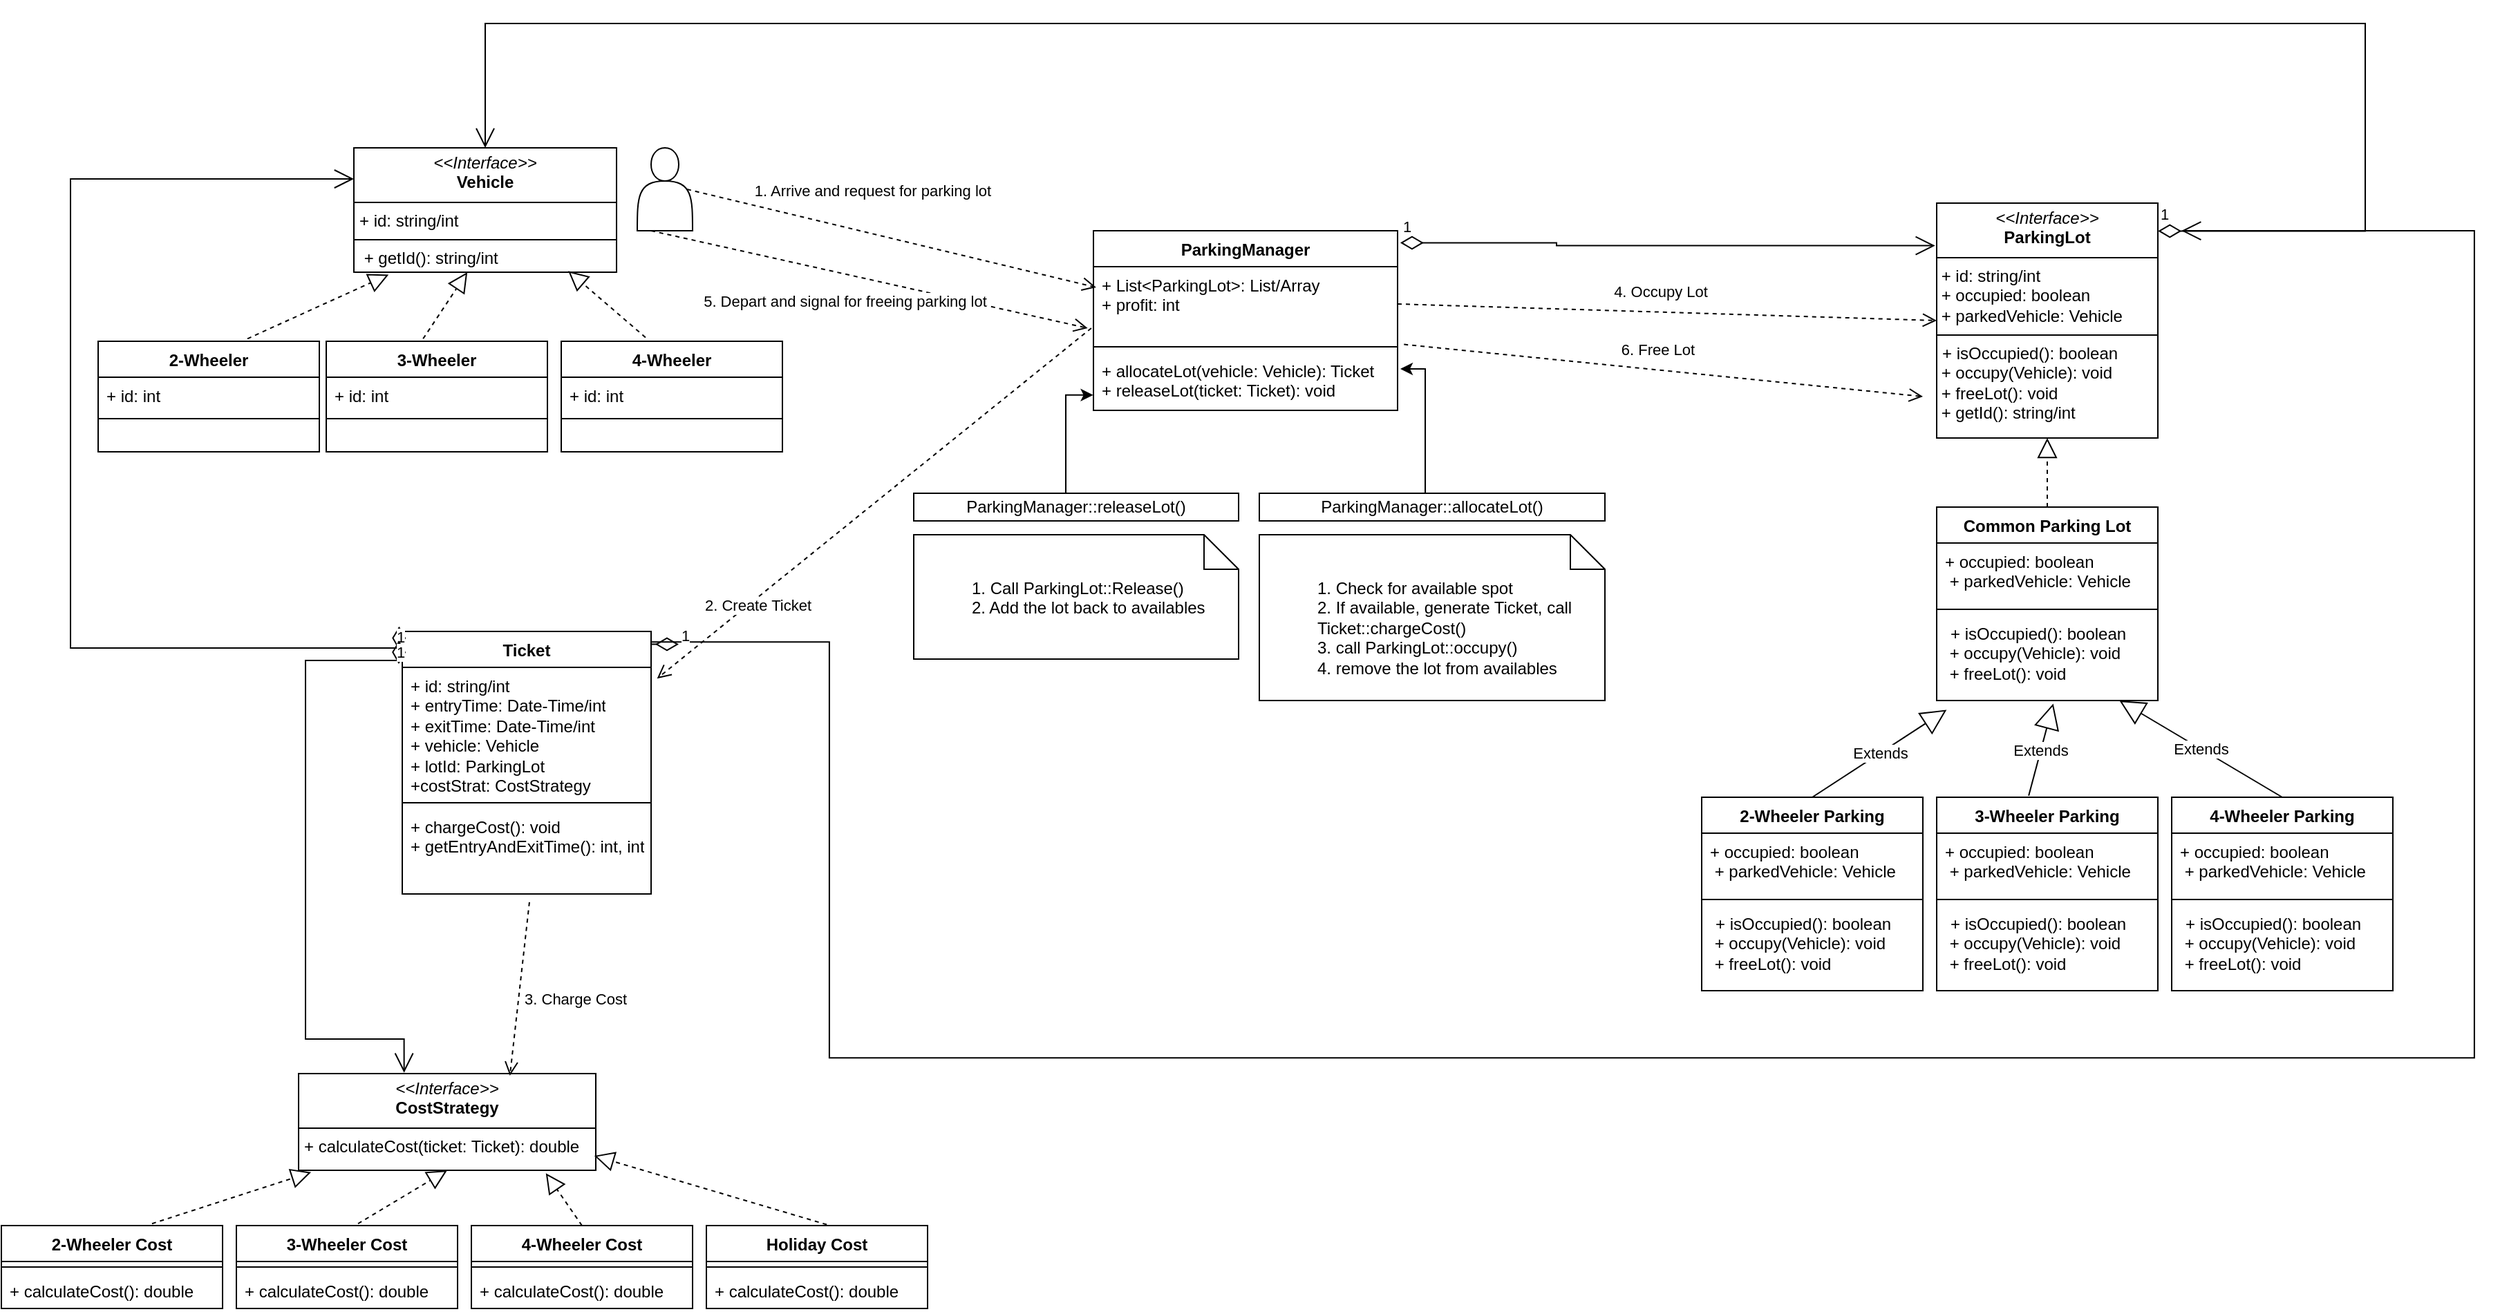
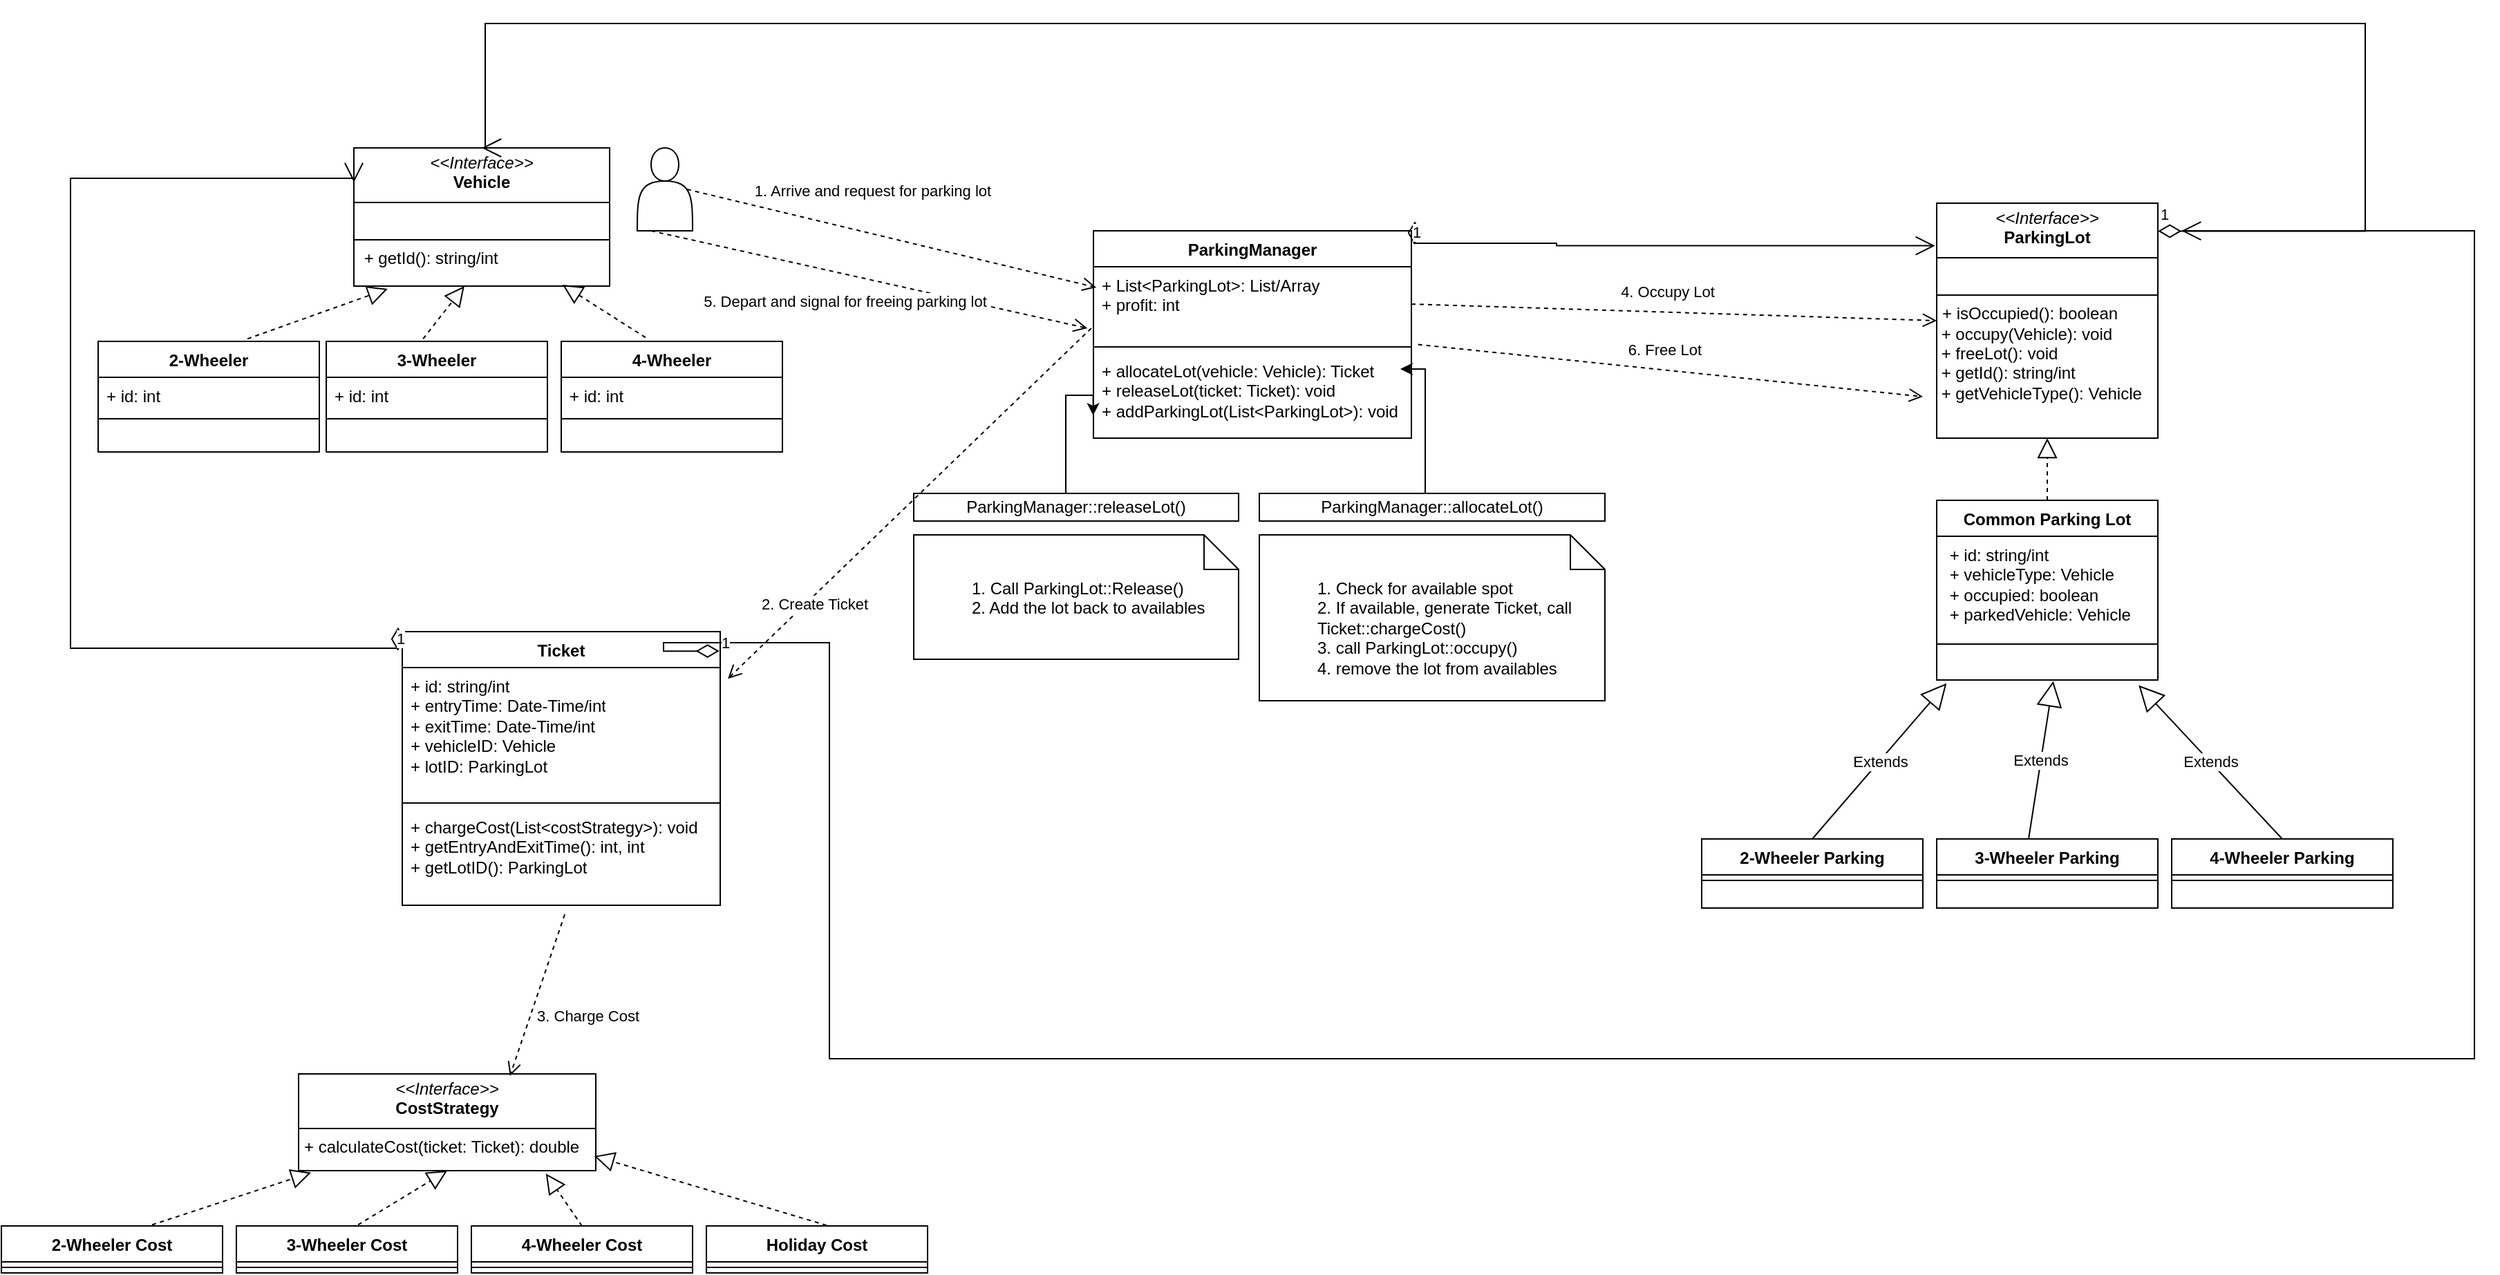
<mxfile host="app.diagrams.net">
  <diagram name="Page-1" id="g5L5pNVNpxwKnNxyoJB_">
-     <mxGraphModel dx="2516" dy="1391" grid="1" gridSize="10" guides="1" tooltips="1" connect="1" arrows="1" fold="1" page="0" pageScale="1" pageWidth="850" pageHeight="1100" math="0" shadow="0">
+     <mxGraphModel dx="2301" dy="1270" grid="1" gridSize="10" guides="1" tooltips="1" connect="1" arrows="1" fold="1" page="0" pageScale="1" pageWidth="850" pageHeight="1100" math="0" shadow="0">
      <root>
        <mxCell id="0" />
        <mxCell id="1" parent="0" />
        <mxCell id="kx-u6qb6rF9cHwR4gxW8-6" parent="1" style="verticalAlign=top;align=left;overflow=fill;html=1;whiteSpace=wrap;" value="&lt;p style=&quot;margin:0px;margin-top:4px;text-align:center;&quot;&gt;&lt;i&gt;&amp;lt;&amp;lt;Interface&amp;gt;&amp;gt;&lt;/i&gt;&lt;br&gt;&lt;b&gt;CostStrategy&lt;/b&gt;&lt;/p&gt;&lt;hr size=&quot;1&quot; style=&quot;border-style:solid;&quot;&gt;&lt;p style=&quot;margin:0px;margin-left:4px;&quot;&gt;+ calculateCost(ticket: Ticket): double&lt;/p&gt;" vertex="1">
          <mxGeometry height="70" width="215" x="-295" y="630" as="geometry" />
        </mxCell>
        <mxCell id="kx-u6qb6rF9cHwR4gxW8-7" parent="1" style="swimlane;fontStyle=1;align=center;verticalAlign=top;childLayout=stackLayout;horizontal=1;startSize=26;horizontalStack=0;resizeParent=1;resizeParentMax=0;resizeLast=0;collapsible=1;marginBottom=0;whiteSpace=wrap;html=1;" value="Ticket" vertex="1">
-           <mxGeometry height="190" width="180" x="-220" y="310" as="geometry" />
-         </mxCell>
-         <mxCell id="kx-u6qb6rF9cHwR4gxW8-8" parent="kx-u6qb6rF9cHwR4gxW8-7" style="text;strokeColor=none;fillColor=none;align=left;verticalAlign=top;spacingLeft=4;spacingRight=4;overflow=hidden;rotatable=0;points=[[0,0.5],[1,0.5]];portConstraint=eastwest;whiteSpace=wrap;html=1;" value="&lt;div&gt;+ id: string/int&lt;/div&gt;&lt;div&gt;+ entryTime: Date-Time/int&lt;/div&gt;&lt;div&gt;+ exitTime: Date-Time/int&lt;/div&gt;+ vehicle: Vehicle&lt;div&gt;+ lotId: ParkingLot&lt;br&gt;&lt;div&gt;+costStrat: CostStrategy&lt;/div&gt;&lt;/div&gt;" vertex="1">
-           <mxGeometry height="94" width="180" y="26" as="geometry" />
+           <mxGeometry height="198" width="230" x="-220" y="310" as="geometry" />
+         </mxCell>
+         <mxCell id="kx-u6qb6rF9cHwR4gxW8-8" parent="kx-u6qb6rF9cHwR4gxW8-7" style="text;strokeColor=none;fillColor=none;align=left;verticalAlign=top;spacingLeft=4;spacingRight=4;overflow=hidden;rotatable=0;points=[[0,0.5],[1,0.5]];portConstraint=eastwest;whiteSpace=wrap;html=1;" value="&lt;div&gt;+ id: string/int&lt;/div&gt;&lt;div&gt;+ entryTime: Date-Time/int&lt;/div&gt;&lt;div&gt;+ exitTime: Date-Time/int&lt;/div&gt;+ vehicleID: Vehicle&lt;div&gt;+ lotID: ParkingLot&lt;/div&gt;" vertex="1">
+           <mxGeometry height="94" width="230" y="26" as="geometry" />
        </mxCell>
        <mxCell id="kx-u6qb6rF9cHwR4gxW8-9" parent="kx-u6qb6rF9cHwR4gxW8-7" style="line;strokeWidth=1;fillColor=none;align=left;verticalAlign=middle;spacingTop=-1;spacingLeft=3;spacingRight=3;rotatable=0;labelPosition=right;points=[];portConstraint=eastwest;strokeColor=inherit;" value="" vertex="1">
-           <mxGeometry height="8" width="180" y="120" as="geometry" />
-         </mxCell>
-         <mxCell id="kx-u6qb6rF9cHwR4gxW8-10" parent="kx-u6qb6rF9cHwR4gxW8-7" style="text;strokeColor=none;fillColor=none;align=left;verticalAlign=top;spacingLeft=4;spacingRight=4;overflow=hidden;rotatable=0;points=[[0,0.5],[1,0.5]];portConstraint=eastwest;whiteSpace=wrap;html=1;" value="+ chargeCost(): void&lt;div&gt;+ getEntryAndExitTime(): int, int&lt;/div&gt;" vertex="1">
-           <mxGeometry height="62" width="180" y="128" as="geometry" />
+           <mxGeometry height="8" width="230" y="120" as="geometry" />
+         </mxCell>
+         <mxCell id="kx-u6qb6rF9cHwR4gxW8-10" parent="kx-u6qb6rF9cHwR4gxW8-7" style="text;strokeColor=none;fillColor=none;align=left;verticalAlign=top;spacingLeft=4;spacingRight=4;overflow=hidden;rotatable=0;points=[[0,0.5],[1,0.5]];portConstraint=eastwest;whiteSpace=wrap;html=1;" value="+ chargeCost(List&amp;lt;costStrategy&amp;gt;): void&lt;div&gt;+ getEntryAndExitTime(): int, int&lt;/div&gt;&lt;div&gt;+ getLotID(): ParkingLot&lt;/div&gt;" vertex="1">
+           <mxGeometry height="70" width="230" y="128" as="geometry" />
        </mxCell>
        <mxCell id="kx-u6qb6rF9cHwR4gxW8-11" parent="1" style="swimlane;fontStyle=1;align=center;verticalAlign=top;childLayout=stackLayout;horizontal=1;startSize=26;horizontalStack=0;resizeParent=1;resizeParentMax=0;resizeLast=0;collapsible=1;marginBottom=0;whiteSpace=wrap;html=1;" value="ParkingManager" vertex="1">
-           <mxGeometry height="130" width="220" x="280" y="20" as="geometry" />
+           <mxGeometry height="150" width="230" x="280" y="20" as="geometry" />
        </mxCell>
        <mxCell id="kx-u6qb6rF9cHwR4gxW8-12" parent="kx-u6qb6rF9cHwR4gxW8-11" style="text;strokeColor=none;fillColor=none;align=left;verticalAlign=top;spacingLeft=4;spacingRight=4;overflow=hidden;rotatable=0;points=[[0,0.5],[1,0.5]];portConstraint=eastwest;whiteSpace=wrap;html=1;" value="+ List&amp;lt;ParkingLot&amp;gt;: List/Array&lt;div&gt;+ profit: int&lt;/div&gt;" vertex="1">
-           <mxGeometry height="54" width="220" y="26" as="geometry" />
+           <mxGeometry height="54" width="230" y="26" as="geometry" />
        </mxCell>
        <mxCell id="kx-u6qb6rF9cHwR4gxW8-13" parent="kx-u6qb6rF9cHwR4gxW8-11" style="line;strokeWidth=1;fillColor=none;align=left;verticalAlign=middle;spacingTop=-1;spacingLeft=3;spacingRight=3;rotatable=0;labelPosition=right;points=[];portConstraint=eastwest;strokeColor=inherit;" value="" vertex="1">
-           <mxGeometry height="8" width="220" y="80" as="geometry" />
-         </mxCell>
-         <mxCell id="kx-u6qb6rF9cHwR4gxW8-14" parent="kx-u6qb6rF9cHwR4gxW8-11" style="text;strokeColor=none;fillColor=none;align=left;verticalAlign=top;spacingLeft=4;spacingRight=4;overflow=hidden;rotatable=0;points=[[0,0.5],[1,0.5]];portConstraint=eastwest;whiteSpace=wrap;html=1;" value="+ allocateLot(vehicle: Vehicle): Ticket&lt;div&gt;+ releaseLot(ticket: Ticket): void&lt;/div&gt;" vertex="1">
-           <mxGeometry height="42" width="220" y="88" as="geometry" />
-         </mxCell>
-         <mxCell id="kx-u6qb6rF9cHwR4gxW8-15" parent="1" style="verticalAlign=top;align=left;overflow=fill;html=1;whiteSpace=wrap;" value="&lt;p style=&quot;margin:0px;margin-top:4px;text-align:center;&quot;&gt;&lt;i&gt;&amp;lt;&amp;lt;Interface&amp;gt;&amp;gt;&lt;/i&gt;&lt;br&gt;&lt;b&gt;Vehicle&lt;/b&gt;&lt;/p&gt;&lt;hr size=&quot;1&quot; style=&quot;border-style:solid;&quot;&gt;&lt;p style=&quot;margin:0px;margin-left:4px;&quot;&gt;+ id: string/int&lt;/p&gt;&lt;hr size=&quot;1&quot; style=&quot;border-style:solid;&quot;&gt;&lt;p style=&quot;margin:0px;margin-left:4px;&quot;&gt;&amp;nbsp;+ getId(): string/int&lt;/p&gt;" vertex="1">
-           <mxGeometry height="90" width="190" x="-255" y="-40" as="geometry" />
+           <mxGeometry height="8" width="230" y="80" as="geometry" />
+         </mxCell>
+         <mxCell id="kx-u6qb6rF9cHwR4gxW8-14" parent="kx-u6qb6rF9cHwR4gxW8-11" style="text;strokeColor=none;fillColor=none;align=left;verticalAlign=top;spacingLeft=4;spacingRight=4;overflow=hidden;rotatable=0;points=[[0,0.5],[1,0.5]];portConstraint=eastwest;whiteSpace=wrap;html=1;" value="+ allocateLot(vehicle: Vehicle): Ticket&lt;div&gt;+ releaseLot(ticket: Ticket): void&lt;/div&gt;&lt;div&gt;+ addParkingLot(List&amp;lt;ParkingLot&amp;gt;): void&lt;/div&gt;" vertex="1">
+           <mxGeometry height="62" width="230" y="88" as="geometry" />
+         </mxCell>
+         <mxCell id="kx-u6qb6rF9cHwR4gxW8-15" parent="1" style="verticalAlign=top;align=left;overflow=fill;html=1;whiteSpace=wrap;" value="&lt;p style=&quot;margin:0px;margin-top:4px;text-align:center;&quot;&gt;&lt;i&gt;&amp;lt;&amp;lt;Interface&amp;gt;&amp;gt;&lt;/i&gt;&lt;br&gt;&lt;b&gt;Vehicle&lt;/b&gt;&lt;/p&gt;&lt;hr size=&quot;1&quot; style=&quot;border-style:solid;&quot;&gt;&lt;p style=&quot;margin:0px;margin-left:4px;&quot;&gt;&lt;br&gt;&lt;/p&gt;&lt;hr size=&quot;1&quot; style=&quot;border-style:solid;&quot;&gt;&lt;p style=&quot;margin:0px;margin-left:4px;&quot;&gt;&amp;nbsp;+ getId(): string/int&lt;/p&gt;" vertex="1">
+           <mxGeometry height="100" width="185" x="-255" y="-40" as="geometry" />
        </mxCell>
        <mxCell id="kx-u6qb6rF9cHwR4gxW8-16" parent="1" style="swimlane;fontStyle=1;align=center;verticalAlign=top;childLayout=stackLayout;horizontal=1;startSize=26;horizontalStack=0;resizeParent=1;resizeParentMax=0;resizeLast=0;collapsible=1;marginBottom=0;whiteSpace=wrap;html=1;" value="2-Wheeler" vertex="1">
          <mxGeometry height="80" width="160" x="-440" y="100" as="geometry" />
        </mxCell>
        <mxCell id="kx-u6qb6rF9cHwR4gxW8-17" parent="kx-u6qb6rF9cHwR4gxW8-16" style="text;strokeColor=none;fillColor=none;align=left;verticalAlign=top;spacingLeft=4;spacingRight=4;overflow=hidden;rotatable=0;points=[[0,0.5],[1,0.5]];portConstraint=eastwest;whiteSpace=wrap;html=1;" value="+ id: int" vertex="1">
          <mxGeometry height="26" width="160" y="26" as="geometry" />
        </mxCell>
        <mxCell id="kx-u6qb6rF9cHwR4gxW8-18" parent="kx-u6qb6rF9cHwR4gxW8-16" style="line;strokeWidth=1;fillColor=none;align=left;verticalAlign=middle;spacingTop=-1;spacingLeft=3;spacingRight=3;rotatable=0;labelPosition=right;points=[];portConstraint=eastwest;strokeColor=inherit;" value="" vertex="1">
          <mxGeometry height="8" width="160" y="52" as="geometry" />
        </mxCell>
        <mxCell id="kx-u6qb6rF9cHwR4gxW8-19" parent="kx-u6qb6rF9cHwR4gxW8-16" style="text;strokeColor=none;fillColor=none;align=left;verticalAlign=top;spacingLeft=4;spacingRight=4;overflow=hidden;rotatable=0;points=[[0,0.5],[1,0.5]];portConstraint=eastwest;whiteSpace=wrap;html=1;" value="&lt;p style=&quot;margin: 0px 0px 0px 4px;&quot;&gt;&lt;br&gt;&lt;/p&gt;" vertex="1">
          <mxGeometry height="20" width="160" y="60" as="geometry" />
        </mxCell>
        <mxCell id="kx-u6qb6rF9cHwR4gxW8-20" parent="1" style="swimlane;fontStyle=1;align=center;verticalAlign=top;childLayout=stackLayout;horizontal=1;startSize=26;horizontalStack=0;resizeParent=1;resizeParentMax=0;resizeLast=0;collapsible=1;marginBottom=0;whiteSpace=wrap;html=1;" value="3-Wheeler" vertex="1">
          <mxGeometry height="80" width="160" x="-275" y="100" as="geometry" />
        </mxCell>
        <mxCell id="kx-u6qb6rF9cHwR4gxW8-21" parent="kx-u6qb6rF9cHwR4gxW8-20" style="text;strokeColor=none;fillColor=none;align=left;verticalAlign=top;spacingLeft=4;spacingRight=4;overflow=hidden;rotatable=0;points=[[0,0.5],[1,0.5]];portConstraint=eastwest;whiteSpace=wrap;html=1;" value="+ id: int" vertex="1">
          <mxGeometry height="26" width="160" y="26" as="geometry" />
        </mxCell>
        <mxCell id="kx-u6qb6rF9cHwR4gxW8-22" parent="kx-u6qb6rF9cHwR4gxW8-20" style="line;strokeWidth=1;fillColor=none;align=left;verticalAlign=middle;spacingTop=-1;spacingLeft=3;spacingRight=3;rotatable=0;labelPosition=right;points=[];portConstraint=eastwest;strokeColor=inherit;" value="" vertex="1">
          <mxGeometry height="8" width="160" y="52" as="geometry" />
        </mxCell>
        <mxCell id="kx-u6qb6rF9cHwR4gxW8-23" parent="kx-u6qb6rF9cHwR4gxW8-20" style="text;strokeColor=none;fillColor=none;align=left;verticalAlign=top;spacingLeft=4;spacingRight=4;overflow=hidden;rotatable=0;points=[[0,0.5],[1,0.5]];portConstraint=eastwest;whiteSpace=wrap;html=1;" value="&lt;p style=&quot;margin: 0px 0px 0px 4px;&quot;&gt;&lt;br&gt;&lt;/p&gt;" vertex="1">
          <mxGeometry height="20" width="160" y="60" as="geometry" />
        </mxCell>
        <mxCell id="kx-u6qb6rF9cHwR4gxW8-24" parent="1" style="swimlane;fontStyle=1;align=center;verticalAlign=top;childLayout=stackLayout;horizontal=1;startSize=26;horizontalStack=0;resizeParent=1;resizeParentMax=0;resizeLast=0;collapsible=1;marginBottom=0;whiteSpace=wrap;html=1;" value="4-Wheeler" vertex="1">
          <mxGeometry height="80" width="160" x="-105" y="100" as="geometry" />
        </mxCell>
        <mxCell id="kx-u6qb6rF9cHwR4gxW8-25" parent="kx-u6qb6rF9cHwR4gxW8-24" style="text;strokeColor=none;fillColor=none;align=left;verticalAlign=top;spacingLeft=4;spacingRight=4;overflow=hidden;rotatable=0;points=[[0,0.5],[1,0.5]];portConstraint=eastwest;whiteSpace=wrap;html=1;" value="+ id: int" vertex="1">
          <mxGeometry height="26" width="160" y="26" as="geometry" />
        </mxCell>
        <mxCell id="kx-u6qb6rF9cHwR4gxW8-26" parent="kx-u6qb6rF9cHwR4gxW8-24" style="line;strokeWidth=1;fillColor=none;align=left;verticalAlign=middle;spacingTop=-1;spacingLeft=3;spacingRight=3;rotatable=0;labelPosition=right;points=[];portConstraint=eastwest;strokeColor=inherit;" value="" vertex="1">
          <mxGeometry height="8" width="160" y="52" as="geometry" />
        </mxCell>
        <mxCell id="kx-u6qb6rF9cHwR4gxW8-27" parent="kx-u6qb6rF9cHwR4gxW8-24" style="text;strokeColor=none;fillColor=none;align=left;verticalAlign=top;spacingLeft=4;spacingRight=4;overflow=hidden;rotatable=0;points=[[0,0.5],[1,0.5]];portConstraint=eastwest;whiteSpace=wrap;html=1;" value="&lt;p style=&quot;margin: 0px 0px 0px 4px;&quot;&gt;&lt;br&gt;&lt;/p&gt;" vertex="1">
          <mxGeometry height="20" width="160" y="60" as="geometry" />
        </mxCell>
        <mxCell id="kx-u6qb6rF9cHwR4gxW8-32" parent="1" style="swimlane;fontStyle=1;align=center;verticalAlign=top;childLayout=stackLayout;horizontal=1;startSize=26;horizontalStack=0;resizeParent=1;resizeParentMax=0;resizeLast=0;collapsible=1;marginBottom=0;whiteSpace=wrap;html=1;" value="2-Wheeler Cost" vertex="1">
-           <mxGeometry height="60" width="160" x="-510" y="740" as="geometry" />
+           <mxGeometry height="34" width="160" x="-510" y="740" as="geometry" />
        </mxCell>
        <mxCell id="kx-u6qb6rF9cHwR4gxW8-34" parent="kx-u6qb6rF9cHwR4gxW8-32" style="line;strokeWidth=1;fillColor=none;align=left;verticalAlign=middle;spacingTop=-1;spacingLeft=3;spacingRight=3;rotatable=0;labelPosition=right;points=[];portConstraint=eastwest;strokeColor=inherit;" value="" vertex="1">
          <mxGeometry height="8" width="160" y="26" as="geometry" />
        </mxCell>
-         <mxCell id="kx-u6qb6rF9cHwR4gxW8-35" parent="kx-u6qb6rF9cHwR4gxW8-32" style="text;strokeColor=none;fillColor=none;align=left;verticalAlign=top;spacingLeft=4;spacingRight=4;overflow=hidden;rotatable=0;points=[[0,0.5],[1,0.5]];portConstraint=eastwest;whiteSpace=wrap;html=1;" value="+ calculateCost(): double" vertex="1">
-           <mxGeometry height="26" width="160" y="34" as="geometry" />
-         </mxCell>
        <mxCell id="kx-u6qb6rF9cHwR4gxW8-36" parent="1" style="swimlane;fontStyle=1;align=center;verticalAlign=top;childLayout=stackLayout;horizontal=1;startSize=26;horizontalStack=0;resizeParent=1;resizeParentMax=0;resizeLast=0;collapsible=1;marginBottom=0;whiteSpace=wrap;html=1;" value="3-Wheeler Cost" vertex="1">
-           <mxGeometry height="60" width="160" x="-340" y="740" as="geometry" />
+           <mxGeometry height="34" width="160" x="-340" y="740" as="geometry" />
        </mxCell>
        <mxCell id="kx-u6qb6rF9cHwR4gxW8-38" parent="kx-u6qb6rF9cHwR4gxW8-36" style="line;strokeWidth=1;fillColor=none;align=left;verticalAlign=middle;spacingTop=-1;spacingLeft=3;spacingRight=3;rotatable=0;labelPosition=right;points=[];portConstraint=eastwest;strokeColor=inherit;" value="" vertex="1">
          <mxGeometry height="8" width="160" y="26" as="geometry" />
        </mxCell>
-         <mxCell id="kx-u6qb6rF9cHwR4gxW8-39" parent="kx-u6qb6rF9cHwR4gxW8-36" style="text;strokeColor=none;fillColor=none;align=left;verticalAlign=top;spacingLeft=4;spacingRight=4;overflow=hidden;rotatable=0;points=[[0,0.5],[1,0.5]];portConstraint=eastwest;whiteSpace=wrap;html=1;" value="+ calculateCost(): double" vertex="1">
-           <mxGeometry height="26" width="160" y="34" as="geometry" />
-         </mxCell>
        <mxCell id="kx-u6qb6rF9cHwR4gxW8-40" parent="1" style="swimlane;fontStyle=1;align=center;verticalAlign=top;childLayout=stackLayout;horizontal=1;startSize=26;horizontalStack=0;resizeParent=1;resizeParentMax=0;resizeLast=0;collapsible=1;marginBottom=0;whiteSpace=wrap;html=1;" value="4-Wheeler Cost" vertex="1">
-           <mxGeometry height="60" width="160" x="-170" y="740" as="geometry" />
+           <mxGeometry height="34" width="160" x="-170" y="740" as="geometry" />
        </mxCell>
        <mxCell id="kx-u6qb6rF9cHwR4gxW8-42" parent="kx-u6qb6rF9cHwR4gxW8-40" style="line;strokeWidth=1;fillColor=none;align=left;verticalAlign=middle;spacingTop=-1;spacingLeft=3;spacingRight=3;rotatable=0;labelPosition=right;points=[];portConstraint=eastwest;strokeColor=inherit;" value="" vertex="1">
          <mxGeometry height="8" width="160" y="26" as="geometry" />
-         </mxCell>
-         <mxCell id="kx-u6qb6rF9cHwR4gxW8-43" parent="kx-u6qb6rF9cHwR4gxW8-40" style="text;strokeColor=none;fillColor=none;align=left;verticalAlign=top;spacingLeft=4;spacingRight=4;overflow=hidden;rotatable=0;points=[[0,0.5],[1,0.5]];portConstraint=eastwest;whiteSpace=wrap;html=1;" value="+ calculateCost(): double" vertex="1">
-           <mxGeometry height="26" width="160" y="34" as="geometry" />
        </mxCell>
        <mxCell id="kx-u6qb6rF9cHwR4gxW8-47" edge="1" parent="1" source="kx-u6qb6rF9cHwR4gxW8-16" style="endArrow=block;dashed=1;endFill=0;endSize=12;html=1;rounded=0;exitX=0.675;exitY=-0.023;exitDx=0;exitDy=0;exitPerimeter=0;entryX=0.132;entryY=1.02;entryDx=0;entryDy=0;entryPerimeter=0;" target="kx-u6qb6rF9cHwR4gxW8-15" value="">
          <mxGeometry relative="1" width="160" as="geometry">
            <Array as="points" />
            <mxPoint x="-400" y="110" as="sourcePoint" />
            <mxPoint x="-240" y="110" as="targetPoint" />
          </mxGeometry>
        </mxCell>
        <mxCell id="kx-u6qb6rF9cHwR4gxW8-48" edge="1" parent="1" source="kx-u6qb6rF9cHwR4gxW8-20" style="endArrow=block;dashed=1;endFill=0;endSize=12;html=1;rounded=0;exitX=0.438;exitY=-0.023;exitDx=0;exitDy=0;exitPerimeter=0;entryX=0.432;entryY=1;entryDx=0;entryDy=0;entryPerimeter=0;" target="kx-u6qb6rF9cHwR4gxW8-15" value="">
          <mxGeometry relative="1" width="160" as="geometry">
            <Array as="points" />
            <mxPoint x="-260" y="168" as="sourcePoint" />
            <mxPoint x="-193" y="80" as="targetPoint" />
          </mxGeometry>
        </mxCell>
        <mxCell id="kx-u6qb6rF9cHwR4gxW8-49" edge="1" parent="1" source="kx-u6qb6rF9cHwR4gxW8-24" style="endArrow=block;dashed=1;endFill=0;endSize=12;html=1;rounded=0;exitX=0.381;exitY=-0.035;exitDx=0;exitDy=0;exitPerimeter=0;entryX=0.816;entryY=0.99;entryDx=0;entryDy=0;entryPerimeter=0;" target="kx-u6qb6rF9cHwR4gxW8-15" value="">
          <mxGeometry relative="1" width="160" as="geometry">
            <Array as="points" />
            <mxPoint x="-100" y="158" as="sourcePoint" />
            <mxPoint x="-33" y="70" as="targetPoint" />
          </mxGeometry>
        </mxCell>
        <mxCell id="kx-u6qb6rF9cHwR4gxW8-50" edge="1" parent="1" source="kx-u6qb6rF9cHwR4gxW8-32" style="endArrow=block;dashed=1;endFill=0;endSize=12;html=1;rounded=0;exitX=0.681;exitY=-0.023;exitDx=0;exitDy=0;exitPerimeter=0;entryX=0.042;entryY=1.02;entryDx=0;entryDy=0;entryPerimeter=0;" target="kx-u6qb6rF9cHwR4gxW8-6" value="">
          <mxGeometry relative="1" width="160" as="geometry">
            <Array as="points" />
            <mxPoint x="-327" y="818" as="sourcePoint" />
            <mxPoint x="-260" y="730" as="targetPoint" />
          </mxGeometry>
        </mxCell>
        <mxCell id="kx-u6qb6rF9cHwR4gxW8-53" edge="1" parent="1" source="kx-u6qb6rF9cHwR4gxW8-36" style="endArrow=block;dashed=1;endFill=0;endSize=12;html=1;rounded=0;exitX=0.55;exitY=-0.023;exitDx=0;exitDy=0;exitPerimeter=0;entryX=0.5;entryY=1;entryDx=0;entryDy=0;" target="kx-u6qb6rF9cHwR4gxW8-6" value="">
          <mxGeometry relative="1" width="160" as="geometry">
            <Array as="points" />
            <mxPoint x="-260" y="816" as="sourcePoint" />
            <mxPoint x="-171" y="730" as="targetPoint" />
          </mxGeometry>
        </mxCell>
        <mxCell id="kx-u6qb6rF9cHwR4gxW8-54" edge="1" parent="1" source="kx-u6qb6rF9cHwR4gxW8-40" style="endArrow=block;dashed=1;endFill=0;endSize=12;html=1;rounded=0;exitX=0.5;exitY=0;exitDx=0;exitDy=0;entryX=0.832;entryY=1.03;entryDx=0;entryDy=0;entryPerimeter=0;" target="kx-u6qb6rF9cHwR4gxW8-6" value="">
          <mxGeometry relative="1" width="160" as="geometry">
            <Array as="points" />
            <mxPoint x="-80" y="828" as="sourcePoint" />
            <mxPoint x="9" y="742" as="targetPoint" />
          </mxGeometry>
        </mxCell>
        <mxCell id="kx-u6qb6rF9cHwR4gxW8-59" parent="1" style="swimlane;fontStyle=1;align=center;verticalAlign=top;childLayout=stackLayout;horizontal=1;startSize=26;horizontalStack=0;resizeParent=1;resizeParentMax=0;resizeLast=0;collapsible=1;marginBottom=0;whiteSpace=wrap;html=1;" value="Holiday Cost" vertex="1">
-           <mxGeometry height="60" width="160" y="740" as="geometry" />
+           <mxGeometry height="34" width="160" y="740" as="geometry" />
        </mxCell>
        <mxCell id="kx-u6qb6rF9cHwR4gxW8-61" parent="kx-u6qb6rF9cHwR4gxW8-59" style="line;strokeWidth=1;fillColor=none;align=left;verticalAlign=middle;spacingTop=-1;spacingLeft=3;spacingRight=3;rotatable=0;labelPosition=right;points=[];portConstraint=eastwest;strokeColor=inherit;" value="" vertex="1">
          <mxGeometry height="8" width="160" y="26" as="geometry" />
-         </mxCell>
-         <mxCell id="kx-u6qb6rF9cHwR4gxW8-62" parent="kx-u6qb6rF9cHwR4gxW8-59" style="text;strokeColor=none;fillColor=none;align=left;verticalAlign=top;spacingLeft=4;spacingRight=4;overflow=hidden;rotatable=0;points=[[0,0.5],[1,0.5]];portConstraint=eastwest;whiteSpace=wrap;html=1;" value="+ calculateCost(): double" vertex="1">
-           <mxGeometry height="26" width="160" y="34" as="geometry" />
        </mxCell>
        <mxCell id="kx-u6qb6rF9cHwR4gxW8-63" edge="1" parent="1" source="kx-u6qb6rF9cHwR4gxW8-59" style="endArrow=block;dashed=1;endFill=0;endSize=12;html=1;rounded=0;exitX=0.544;exitY=-0.012;exitDx=0;exitDy=0;entryX=0.995;entryY=0.85;entryDx=0;entryDy=0;entryPerimeter=0;exitPerimeter=0;" target="kx-u6qb6rF9cHwR4gxW8-6" value="">
          <mxGeometry relative="1" width="160" as="geometry">
            <Array as="points" />
            <mxPoint x="37" y="822" as="sourcePoint" />
            <mxPoint x="20" y="733" as="targetPoint" />
          </mxGeometry>
        </mxCell>
        <mxCell id="kx-u6qb6rF9cHwR4gxW8-66" edge="1" parent="1" source="kx-u6qb6rF9cHwR4gxW8-11" style="endArrow=open;html=1;endSize=12;startArrow=diamondThin;startSize=14;startFill=0;edgeStyle=orthogonalEdgeStyle;align=left;verticalAlign=bottom;rounded=0;exitX=1.009;exitY=0.067;exitDx=0;exitDy=0;exitPerimeter=0;entryX=-0.007;entryY=0.181;entryDx=0;entryDy=0;entryPerimeter=0;" target="yMZ36TwwsAL6xJGiw_rZ-1" value="1">
          <mxGeometry relative="1" x="-1" y="3" as="geometry">
            <Array as="points">
              <mxPoint x="615" y="29" />
              <mxPoint x="615" y="31" />
            </Array>
            <mxPoint x="350" y="400" as="sourcePoint" />
            <mxPoint x="780" y="30" as="targetPoint" />
          </mxGeometry>
        </mxCell>
-         <mxCell id="yMZ36TwwsAL6xJGiw_rZ-1" parent="1" style="verticalAlign=top;align=left;overflow=fill;html=1;whiteSpace=wrap;" value="&lt;p style=&quot;margin:0px;margin-top:4px;text-align:center;&quot;&gt;&lt;i&gt;&amp;lt;&amp;lt;Interface&amp;gt;&amp;gt;&lt;/i&gt;&lt;br&gt;&lt;span style=&quot;font-weight: 700;&quot;&gt;ParkingLot&lt;/span&gt;&lt;/p&gt;&lt;hr size=&quot;1&quot; style=&quot;border-style:solid;&quot;&gt;&amp;nbsp;+ id: string/int&lt;div&gt;&lt;div&gt;&lt;span style=&quot;background-color: transparent; color: light-dark(rgb(0, 0, 0), rgb(255, 255, 255));&quot;&gt;&amp;nbsp;+ occupied: boolean&lt;/span&gt;&lt;/div&gt;&lt;div&gt;&amp;nbsp;+ parkedVehicle: Vehicle&lt;/div&gt;&lt;hr size=&quot;1&quot; style=&quot;border-style:solid;&quot;&gt;&lt;p style=&quot;margin:0px;margin-left:4px;&quot;&gt;+ isOccupied(): boolean&lt;/p&gt;&lt;div&gt;&amp;nbsp;+ occupy(Vehicle): void&lt;br&gt;&lt;div&gt;&amp;nbsp;+ freeLot(): void&lt;/div&gt;&lt;/div&gt;&lt;/div&gt;&lt;div&gt;&amp;nbsp;+ getId(): string/int&lt;/div&gt;" vertex="1">
+         <mxCell id="yMZ36TwwsAL6xJGiw_rZ-1" parent="1" style="verticalAlign=top;align=left;overflow=fill;html=1;whiteSpace=wrap;" value="&lt;p style=&quot;margin:0px;margin-top:4px;text-align:center;&quot;&gt;&lt;i&gt;&amp;lt;&amp;lt;Interface&amp;gt;&amp;gt;&lt;/i&gt;&lt;br&gt;&lt;span style=&quot;font-weight: 700;&quot;&gt;ParkingLot&lt;/span&gt;&lt;/p&gt;&lt;hr size=&quot;1&quot; style=&quot;border-style:solid;&quot;&gt;&lt;br&gt;&lt;div&gt;&lt;div&gt;&lt;hr size=&quot;1&quot; style=&quot;border-style:solid;&quot;&gt;&lt;p style=&quot;margin:0px;margin-left:4px;&quot;&gt;+ isOccupied(): boolean&lt;/p&gt;&lt;div&gt;&amp;nbsp;+ occupy(Vehicle): void&lt;br&gt;&lt;div&gt;&amp;nbsp;+ freeLot(): void&lt;/div&gt;&lt;/div&gt;&lt;/div&gt;&lt;div&gt;&amp;nbsp;+ getId(): string/int&lt;/div&gt;&lt;/div&gt;&lt;div&gt;&amp;nbsp;+ getVehicleType(): Vehicle&lt;/div&gt;" vertex="1">
          <mxGeometry height="170" width="160" x="890" as="geometry" />
        </mxCell>
        <mxCell id="yMZ36TwwsAL6xJGiw_rZ-3" parent="1" style="swimlane;fontStyle=1;align=center;verticalAlign=top;childLayout=stackLayout;horizontal=1;startSize=26;horizontalStack=0;resizeParent=1;resizeParentMax=0;resizeLast=0;collapsible=1;marginBottom=0;whiteSpace=wrap;html=1;" value="2-Wheeler Parking" vertex="1">
-           <mxGeometry height="140" width="160" x="720" y="430" as="geometry" />
-         </mxCell>
-         <mxCell id="yMZ36TwwsAL6xJGiw_rZ-4" parent="yMZ36TwwsAL6xJGiw_rZ-3" style="text;strokeColor=none;fillColor=none;align=left;verticalAlign=top;spacingLeft=4;spacingRight=4;overflow=hidden;rotatable=0;points=[[0,0.5],[1,0.5]];portConstraint=eastwest;whiteSpace=wrap;html=1;" value="&lt;div&gt;&lt;span style=&quot;background-color: transparent; color: light-dark(rgb(0, 0, 0), rgb(255, 255, 255));&quot;&gt;+ occupied: boolean&lt;/span&gt;&lt;/div&gt;&lt;div&gt;&amp;nbsp;+ parkedVehicle: Vehicle&lt;/div&gt;" vertex="1">
-           <mxGeometry height="44" width="160" y="26" as="geometry" />
+           <mxGeometry height="50" width="160" x="720" y="460" as="geometry" />
        </mxCell>
        <mxCell id="yMZ36TwwsAL6xJGiw_rZ-5" parent="yMZ36TwwsAL6xJGiw_rZ-3" style="line;strokeWidth=1;fillColor=none;align=left;verticalAlign=middle;spacingTop=-1;spacingLeft=3;spacingRight=3;rotatable=0;labelPosition=right;points=[];portConstraint=eastwest;strokeColor=inherit;" value="" vertex="1">
-           <mxGeometry height="8" width="160" y="70" as="geometry" />
-         </mxCell>
-         <mxCell id="yMZ36TwwsAL6xJGiw_rZ-6" parent="yMZ36TwwsAL6xJGiw_rZ-3" style="text;strokeColor=none;fillColor=none;align=left;verticalAlign=top;spacingLeft=4;spacingRight=4;overflow=hidden;rotatable=0;points=[[0,0.5],[1,0.5]];portConstraint=eastwest;whiteSpace=wrap;html=1;" value="&lt;p style=&quot;margin: 0px 0px 0px 4px;&quot;&gt;+ isOccupied(): boolean&lt;/p&gt;&lt;div&gt;&amp;nbsp;+ occupy(Vehicle): void&lt;br&gt;&lt;div&gt;&amp;nbsp;+ freeLot(): void&lt;/div&gt;&lt;/div&gt;" vertex="1">
-           <mxGeometry height="62" width="160" y="78" as="geometry" />
+           <mxGeometry height="8" width="160" y="26" as="geometry" />
+         </mxCell>
+         <mxCell id="yMZ36TwwsAL6xJGiw_rZ-6" parent="yMZ36TwwsAL6xJGiw_rZ-3" style="text;strokeColor=none;fillColor=none;align=left;verticalAlign=top;spacingLeft=4;spacingRight=4;overflow=hidden;rotatable=0;points=[[0,0.5],[1,0.5]];portConstraint=eastwest;whiteSpace=wrap;html=1;" value="&lt;p style=&quot;margin: 0px 0px 0px 4px;&quot;&gt;&lt;br&gt;&lt;/p&gt;" vertex="1">
+           <mxGeometry height="16" width="160" y="34" as="geometry" />
        </mxCell>
        <mxCell id="yMZ36TwwsAL6xJGiw_rZ-7" parent="1" style="swimlane;fontStyle=1;align=center;verticalAlign=top;childLayout=stackLayout;horizontal=1;startSize=26;horizontalStack=0;resizeParent=1;resizeParentMax=0;resizeLast=0;collapsible=1;marginBottom=0;whiteSpace=wrap;html=1;" value="3-Wheeler Parking" vertex="1">
-           <mxGeometry height="140" width="160" x="890" y="430" as="geometry" />
-         </mxCell>
-         <mxCell id="yMZ36TwwsAL6xJGiw_rZ-8" parent="yMZ36TwwsAL6xJGiw_rZ-7" style="text;strokeColor=none;fillColor=none;align=left;verticalAlign=top;spacingLeft=4;spacingRight=4;overflow=hidden;rotatable=0;points=[[0,0.5],[1,0.5]];portConstraint=eastwest;whiteSpace=wrap;html=1;" value="&lt;div&gt;&lt;span style=&quot;background-color: transparent; color: light-dark(rgb(0, 0, 0), rgb(255, 255, 255));&quot;&gt;+ occupied: boolean&lt;/span&gt;&lt;/div&gt;&lt;div&gt;&amp;nbsp;+ parkedVehicle: Vehicle&lt;/div&gt;" vertex="1">
-           <mxGeometry height="44" width="160" y="26" as="geometry" />
+           <mxGeometry height="50" width="160" x="890" y="460" as="geometry" />
        </mxCell>
        <mxCell id="yMZ36TwwsAL6xJGiw_rZ-9" parent="yMZ36TwwsAL6xJGiw_rZ-7" style="line;strokeWidth=1;fillColor=none;align=left;verticalAlign=middle;spacingTop=-1;spacingLeft=3;spacingRight=3;rotatable=0;labelPosition=right;points=[];portConstraint=eastwest;strokeColor=inherit;" value="" vertex="1">
-           <mxGeometry height="8" width="160" y="70" as="geometry" />
-         </mxCell>
-         <mxCell id="yMZ36TwwsAL6xJGiw_rZ-10" parent="yMZ36TwwsAL6xJGiw_rZ-7" style="text;strokeColor=none;fillColor=none;align=left;verticalAlign=top;spacingLeft=4;spacingRight=4;overflow=hidden;rotatable=0;points=[[0,0.5],[1,0.5]];portConstraint=eastwest;whiteSpace=wrap;html=1;" value="&lt;p style=&quot;margin: 0px 0px 0px 4px;&quot;&gt;+ isOccupied(): boolean&lt;/p&gt;&lt;div&gt;&amp;nbsp;+ occupy(Vehicle): void&lt;br&gt;&lt;div&gt;&amp;nbsp;+ freeLot(): void&lt;/div&gt;&lt;/div&gt;" vertex="1">
-           <mxGeometry height="62" width="160" y="78" as="geometry" />
+           <mxGeometry height="8" width="160" y="26" as="geometry" />
+         </mxCell>
+         <mxCell id="yMZ36TwwsAL6xJGiw_rZ-10" parent="yMZ36TwwsAL6xJGiw_rZ-7" style="text;strokeColor=none;fillColor=none;align=left;verticalAlign=top;spacingLeft=4;spacingRight=4;overflow=hidden;rotatable=0;points=[[0,0.5],[1,0.5]];portConstraint=eastwest;whiteSpace=wrap;html=1;" value="&lt;p style=&quot;margin: 0px 0px 0px 4px;&quot;&gt;&lt;br&gt;&lt;/p&gt;" vertex="1">
+           <mxGeometry height="16" width="160" y="34" as="geometry" />
        </mxCell>
        <mxCell id="yMZ36TwwsAL6xJGiw_rZ-11" parent="1" style="swimlane;fontStyle=1;align=center;verticalAlign=top;childLayout=stackLayout;horizontal=1;startSize=26;horizontalStack=0;resizeParent=1;resizeParentMax=0;resizeLast=0;collapsible=1;marginBottom=0;whiteSpace=wrap;html=1;" value="4-Wheeler Parking" vertex="1">
-           <mxGeometry height="140" width="160" x="1060" y="430" as="geometry" />
-         </mxCell>
-         <mxCell id="yMZ36TwwsAL6xJGiw_rZ-12" parent="yMZ36TwwsAL6xJGiw_rZ-11" style="text;strokeColor=none;fillColor=none;align=left;verticalAlign=top;spacingLeft=4;spacingRight=4;overflow=hidden;rotatable=0;points=[[0,0.5],[1,0.5]];portConstraint=eastwest;whiteSpace=wrap;html=1;" value="&lt;div&gt;&lt;span style=&quot;background-color: transparent; color: light-dark(rgb(0, 0, 0), rgb(255, 255, 255));&quot;&gt;+ occupied: boolean&lt;/span&gt;&lt;/div&gt;&lt;div&gt;&amp;nbsp;+ parkedVehicle: Vehicle&lt;/div&gt;" vertex="1">
-           <mxGeometry height="44" width="160" y="26" as="geometry" />
+           <mxGeometry height="50" width="160" x="1060" y="460" as="geometry" />
        </mxCell>
        <mxCell id="yMZ36TwwsAL6xJGiw_rZ-13" parent="yMZ36TwwsAL6xJGiw_rZ-11" style="line;strokeWidth=1;fillColor=none;align=left;verticalAlign=middle;spacingTop=-1;spacingLeft=3;spacingRight=3;rotatable=0;labelPosition=right;points=[];portConstraint=eastwest;strokeColor=inherit;" value="" vertex="1">
-           <mxGeometry height="8" width="160" y="70" as="geometry" />
-         </mxCell>
-         <mxCell id="yMZ36TwwsAL6xJGiw_rZ-14" parent="yMZ36TwwsAL6xJGiw_rZ-11" style="text;strokeColor=none;fillColor=none;align=left;verticalAlign=top;spacingLeft=4;spacingRight=4;overflow=hidden;rotatable=0;points=[[0,0.5],[1,0.5]];portConstraint=eastwest;whiteSpace=wrap;html=1;" value="&lt;p style=&quot;margin: 0px 0px 0px 4px;&quot;&gt;+ isOccupied(): boolean&lt;/p&gt;&lt;div&gt;&amp;nbsp;+ occupy(Vehicle): void&lt;br&gt;&lt;div&gt;&amp;nbsp;+ freeLot(): void&lt;/div&gt;&lt;/div&gt;" vertex="1">
-           <mxGeometry height="62" width="160" y="78" as="geometry" />
+           <mxGeometry height="8" width="160" y="26" as="geometry" />
+         </mxCell>
+         <mxCell id="yMZ36TwwsAL6xJGiw_rZ-14" parent="yMZ36TwwsAL6xJGiw_rZ-11" style="text;strokeColor=none;fillColor=none;align=left;verticalAlign=top;spacingLeft=4;spacingRight=4;overflow=hidden;rotatable=0;points=[[0,0.5],[1,0.5]];portConstraint=eastwest;whiteSpace=wrap;html=1;" value="&lt;p style=&quot;margin: 0px 0px 0px 4px;&quot;&gt;&lt;br&gt;&lt;/p&gt;" vertex="1">
+           <mxGeometry height="16" width="160" y="34" as="geometry" />
        </mxCell>
        <mxCell id="N6c4yOwksYi9WNafRoQw-7" parent="1" style="shape=actor;whiteSpace=wrap;html=1;" value="" vertex="1">
          <mxGeometry height="60" width="40" x="-50" y="-40" as="geometry" />
        </mxCell>
        <mxCell id="N6c4yOwksYi9WNafRoQw-8" edge="1" parent="1" source="N6c4yOwksYi9WNafRoQw-7" style="html=1;verticalAlign=bottom;endArrow=open;dashed=1;endSize=8;curved=0;rounded=0;exitX=0.9;exitY=0.5;exitDx=0;exitDy=0;exitPerimeter=0;entryX=0.009;entryY=0.278;entryDx=0;entryDy=0;entryPerimeter=0;" target="kx-u6qb6rF9cHwR4gxW8-12" value="1. Arrive and request for parking lot">
          <mxGeometry relative="1" x="-0.1285" y="22" as="geometry">
            <mxPoint as="offset" />
            <mxPoint x="450" y="400" as="sourcePoint" />
            <mxPoint x="330" y="60" as="targetPoint" />
          </mxGeometry>
        </mxCell>
        <mxCell id="N6c4yOwksYi9WNafRoQw-9" edge="1" parent="1" source="yMZ36TwwsAL6xJGiw_rZ-1" style="endArrow=open;html=1;endSize=12;startArrow=diamondThin;startSize=14;startFill=0;edgeStyle=orthogonalEdgeStyle;align=left;verticalAlign=bottom;rounded=0;exitX=1.001;exitY=0.119;exitDx=0;exitDy=0;exitPerimeter=0;entryX=0.5;entryY=0;entryDx=0;entryDy=0;" target="kx-u6qb6rF9cHwR4gxW8-15" value="1">
          <mxGeometry relative="1" x="-1" y="3" as="geometry">
            <Array as="points">
              <mxPoint x="1200" y="20" />
              <mxPoint x="1200" y="-130" />
              <mxPoint x="-160" y="-130" />
            </Array>
            <mxPoint x="410" y="240" as="sourcePoint" />
            <mxPoint x="860" y="480" as="targetPoint" />
          </mxGeometry>
        </mxCell>
        <mxCell id="N6c4yOwksYi9WNafRoQw-10" parent="1" style="shape=note2;boundedLbl=1;whiteSpace=wrap;html=1;size=25;verticalAlign=top;align=left;" value="&lt;blockquote style=&quot;margin: 0px 0px 0px 40px; border-width: medium; border-style: none; border-color: currentcolor; border-image: initial; padding: 0px;&quot;&gt;1. Check for available spot&lt;div&gt;2. If available, generate Ticket, call Ticket::chargeCost()&lt;/div&gt;&lt;div&gt;3. call ParkingLot::occupy()&lt;/div&gt;&lt;div&gt;4. remove the lot from availables&lt;/div&gt;&lt;div&gt;&amp;nbsp;&lt;/div&gt;&lt;/blockquote&gt;" vertex="1">
          <mxGeometry height="120" width="250" x="400" y="240" as="geometry" />
        </mxCell>
        <mxCell id="N6c4yOwksYi9WNafRoQw-14" parent="1" style="rounded=0;whiteSpace=wrap;html=1;" value="ParkingManager::allocateLot()" vertex="1">
          <mxGeometry height="20" width="250" x="400" y="210" as="geometry" />
        </mxCell>
        <mxCell id="N6c4yOwksYi9WNafRoQw-15" edge="1" parent="1" source="N6c4yOwksYi9WNafRoQw-14" style="edgeStyle=orthogonalEdgeStyle;rounded=0;orthogonalLoop=1;jettySize=auto;html=1;">
          <mxGeometry relative="1" as="geometry">
            <Array as="points">
              <mxPoint x="520" y="120" />
            </Array>
            <mxPoint x="502" y="120" as="targetPoint" />
          </mxGeometry>
        </mxCell>
        <mxCell id="N6c4yOwksYi9WNafRoQw-16" parent="1" style="shape=note2;boundedLbl=1;whiteSpace=wrap;html=1;size=25;verticalAlign=top;align=left;" value="&lt;blockquote style=&quot;margin: 0px 0px 0px 40px; border-width: medium; border-style: none; border-color: currentcolor; border-image: initial; padding: 0px;&quot;&gt;1. Call ParkingLot::Release()&lt;/blockquote&gt;&lt;blockquote style=&quot;margin: 0px 0px 0px 40px; border-width: medium; border-style: none; border-color: currentcolor; border-image: initial; padding: 0px;&quot;&gt;2. Add the lot back to availables&lt;br&gt;&lt;div&gt;&amp;nbsp;&lt;/div&gt;&lt;/blockquote&gt;" vertex="1">
          <mxGeometry height="90" width="235" x="150" y="240" as="geometry" />
        </mxCell>
        <mxCell id="N6c4yOwksYi9WNafRoQw-17" parent="1" style="rounded=0;whiteSpace=wrap;html=1;" value="ParkingManager::releaseLot()" vertex="1">
          <mxGeometry height="20" width="235" x="150" y="210" as="geometry" />
        </mxCell>
        <mxCell id="N6c4yOwksYi9WNafRoQw-18" edge="1" parent="1" source="N6c4yOwksYi9WNafRoQw-17" style="edgeStyle=orthogonalEdgeStyle;rounded=0;orthogonalLoop=1;jettySize=auto;html=1;entryX=-0.001;entryY=0.735;entryDx=0;entryDy=0;entryPerimeter=0;" target="kx-u6qb6rF9cHwR4gxW8-14">
          <mxGeometry relative="1" as="geometry">
            <Array as="points">
              <mxPoint x="260" y="139" />
            </Array>
          </mxGeometry>
        </mxCell>
        <mxCell id="N6c4yOwksYi9WNafRoQw-19" edge="1" parent="1" source="kx-u6qb6rF9cHwR4gxW8-7" style="endArrow=open;html=1;endSize=12;startArrow=diamondThin;startSize=14;startFill=0;edgeStyle=orthogonalEdgeStyle;align=left;verticalAlign=bottom;rounded=0;exitX=-0.014;exitY=0.07;exitDx=0;exitDy=0;exitPerimeter=0;entryX=0;entryY=0.25;entryDx=0;entryDy=0;" target="kx-u6qb6rF9cHwR4gxW8-15" value="1">
          <mxGeometry relative="1" x="-1" y="3" as="geometry">
            <Array as="points">
              <mxPoint x="-460" y="322" />
              <mxPoint x="-460" y="-18" />
            </Array>
            <mxPoint x="-520" y="60" as="sourcePoint" />
            <mxPoint x="-350" y="60" as="targetPoint" />
          </mxGeometry>
        </mxCell>
        <mxCell id="N6c4yOwksYi9WNafRoQw-20" edge="1" parent="1" source="kx-u6qb6rF9cHwR4gxW8-12" style="html=1;verticalAlign=bottom;endArrow=open;dashed=1;endSize=8;curved=0;rounded=0;exitX=-0.007;exitY=0.824;exitDx=0;exitDy=0;exitPerimeter=0;entryX=1.024;entryY=0.086;entryDx=0;entryDy=0;entryPerimeter=0;" target="kx-u6qb6rF9cHwR4gxW8-8" value="2. Create Ticket">
          <mxGeometry relative="1" x="0.584" y="11" as="geometry">
            <mxPoint as="offset" />
            <mxPoint x="160" y="20" as="sourcePoint" />
            <mxPoint x="456" y="91" as="targetPoint" />
          </mxGeometry>
        </mxCell>
        <mxCell id="N6c4yOwksYi9WNafRoQw-21" edge="1" parent="1" source="kx-u6qb6rF9cHwR4gxW8-12" style="html=1;verticalAlign=bottom;endArrow=open;dashed=1;endSize=8;curved=0;rounded=0;exitX=1;exitY=0.5;exitDx=0;exitDy=0;entryX=0;entryY=0.5;entryDx=0;entryDy=0;" target="yMZ36TwwsAL6xJGiw_rZ-1" value="4. Occupy Lot">
          <mxGeometry relative="1" x="-0.0266" y="6" as="geometry">
            <mxPoint as="offset" />
            <mxPoint x="504" y="160" as="sourcePoint" />
            <mxPoint x="170" y="414" as="targetPoint" />
          </mxGeometry>
        </mxCell>
-         <mxCell id="N6c4yOwksYi9WNafRoQw-23" edge="1" parent="1" source="kx-u6qb6rF9cHwR4gxW8-7" style="endArrow=open;html=1;endSize=12;startArrow=diamondThin;startSize=14;startFill=0;edgeStyle=orthogonalEdgeStyle;align=left;verticalAlign=bottom;rounded=0;exitX=-0.014;exitY=0.124;exitDx=0;exitDy=0;exitPerimeter=0;entryX=0.355;entryY=-0.009;entryDx=0;entryDy=0;entryPerimeter=0;" target="kx-u6qb6rF9cHwR4gxW8-6" value="1">
-           <mxGeometry relative="1" x="-1" y="3" as="geometry">
-             <Array as="points">
-               <mxPoint x="-290" y="331" />
-               <mxPoint x="-290" y="605" />
-               <mxPoint x="-219" y="605" />
-             </Array>
-             <mxPoint x="340" y="380" as="sourcePoint" />
-             <mxPoint x="500" y="380" as="targetPoint" />
-           </mxGeometry>
-         </mxCell>
        <mxCell id="N6c4yOwksYi9WNafRoQw-24" edge="1" parent="1" source="kx-u6qb6rF9cHwR4gxW8-10" style="html=1;verticalAlign=bottom;endArrow=open;dashed=1;endSize=8;curved=0;rounded=0;exitX=0.511;exitY=1.095;exitDx=0;exitDy=0;entryX=0.711;entryY=0.022;entryDx=0;entryDy=0;exitPerimeter=0;entryPerimeter=0;" target="kx-u6qb6rF9cHwR4gxW8-6" value="3. Charge Cost">
          <mxGeometry relative="1" x="0.1785" y="42" as="geometry">
            <mxPoint as="offset" />
            <mxPoint x="730" y="70" as="sourcePoint" />
            <mxPoint x="1120" y="82" as="targetPoint" />
          </mxGeometry>
        </mxCell>
        <mxCell id="N6c4yOwksYi9WNafRoQw-25" edge="1" parent="1" source="N6c4yOwksYi9WNafRoQw-7" style="html=1;verticalAlign=bottom;endArrow=open;dashed=1;endSize=8;curved=0;rounded=0;exitX=0.25;exitY=1;exitDx=0;exitDy=0;entryX=-0.019;entryY=0.824;entryDx=0;entryDy=0;entryPerimeter=0;" target="kx-u6qb6rF9cHwR4gxW8-12" value="5. Depart and signal for freeing parking lot">
          <mxGeometry relative="1" x="-0.0747" y="-28" as="geometry">
            <mxPoint as="offset" />
            <mxPoint x="-40" y="30" as="sourcePoint" />
            <mxPoint x="256" y="101" as="targetPoint" />
          </mxGeometry>
        </mxCell>
        <mxCell id="N6c4yOwksYi9WNafRoQw-26" edge="1" parent="1" source="kx-u6qb6rF9cHwR4gxW8-12" style="html=1;verticalAlign=bottom;endArrow=open;dashed=1;endSize=8;curved=0;rounded=0;exitX=1.021;exitY=1.042;exitDx=0;exitDy=0;exitPerimeter=0;" value="6. Free Lot">
          <mxGeometry relative="1" x="-0.0266" y="6" as="geometry">
            <mxPoint as="offset" />
            <mxPoint x="670" y="80" as="sourcePoint" />
            <mxPoint x="880" y="140" as="targetPoint" />
          </mxGeometry>
        </mxCell>
-         <mxCell id="8jxckwln0hl2mCxpKYl5-1" edge="1" parent="1" style="endArrow=open;html=1;endSize=12;startArrow=diamondThin;startSize=14;startFill=0;edgeStyle=orthogonalEdgeStyle;align=left;verticalAlign=bottom;rounded=0;exitX=1.007;exitY=0.109;exitDx=0;exitDy=0;exitPerimeter=0;entryX=0.99;entryY=0.185;entryDx=0;entryDy=0;entryPerimeter=0;" value="1">
+         <mxCell id="8jxckwln0hl2mCxpKYl5-1" edge="1" parent="1" source="kx-u6qb6rF9cHwR4gxW8-7" style="endArrow=open;html=1;endSize=12;startArrow=diamondThin;startSize=14;startFill=0;edgeStyle=orthogonalEdgeStyle;align=left;verticalAlign=bottom;rounded=0;exitX=0.997;exitY=0.071;exitDx=0;exitDy=0;exitPerimeter=0;entryX=0.99;entryY=0.185;entryDx=0;entryDy=0;entryPerimeter=0;" value="1">
          <mxGeometry relative="1" x="-1" y="3" as="geometry">
            <Array as="points">
-               <mxPoint x="-40.04" y="319.6" />
-               <mxPoint x="-40.04" y="317.6" />
-               <mxPoint x="88.96" y="317.6" />
-               <mxPoint x="88.96" y="618.6" />
-               <mxPoint x="1278.96" y="618.6" />
-               <mxPoint x="1278.96" y="19.6" />
+               <mxPoint x="-31" y="318" />
+               <mxPoint x="89" y="318" />
+               <mxPoint x="89" y="619" />
+               <mxPoint x="1279" y="619" />
+               <mxPoint x="1279" y="20" />
            </Array>
            <mxPoint x="-20.040000000000237" y="319.27000000000004" as="sourcePoint" />
            <mxPoint x="1067.1000000000001" y="20.010000000000048" as="targetPoint" />
          </mxGeometry>
        </mxCell>
        <mxCell id="8jxckwln0hl2mCxpKYl5-6" parent="1" style="swimlane;fontStyle=1;align=center;verticalAlign=top;childLayout=stackLayout;horizontal=1;startSize=26;horizontalStack=0;resizeParent=1;resizeParentMax=0;resizeLast=0;collapsible=1;marginBottom=0;whiteSpace=wrap;html=1;" value="Common Parking Lot" vertex="1">
-           <mxGeometry height="140" width="160" x="890" y="220" as="geometry" />
-         </mxCell>
-         <mxCell id="8jxckwln0hl2mCxpKYl5-7" parent="8jxckwln0hl2mCxpKYl5-6" style="text;strokeColor=none;fillColor=none;align=left;verticalAlign=top;spacingLeft=4;spacingRight=4;overflow=hidden;rotatable=0;points=[[0,0.5],[1,0.5]];portConstraint=eastwest;whiteSpace=wrap;html=1;" value="&lt;div&gt;&lt;span style=&quot;background-color: transparent; color: light-dark(rgb(0, 0, 0), rgb(255, 255, 255));&quot;&gt;+ occupied: boolean&lt;/span&gt;&lt;/div&gt;&lt;div&gt;&amp;nbsp;+ parkedVehicle: Vehicle&lt;/div&gt;" vertex="1">
-           <mxGeometry height="44" width="160" y="26" as="geometry" />
+           <mxGeometry height="130" width="160" x="890" y="215" as="geometry" />
+         </mxCell>
+         <mxCell id="8jxckwln0hl2mCxpKYl5-7" parent="8jxckwln0hl2mCxpKYl5-6" style="text;strokeColor=none;fillColor=none;align=left;verticalAlign=top;spacingLeft=4;spacingRight=4;overflow=hidden;rotatable=0;points=[[0,0.5],[1,0.5]];portConstraint=eastwest;whiteSpace=wrap;html=1;" value="&amp;nbsp;+ id: string/int&lt;div&gt;&amp;nbsp;+ vehicleType: Vehicle&lt;br&gt;&lt;div&gt;&lt;div&gt;&lt;span style=&quot;background-color: transparent; color: light-dark(rgb(0, 0, 0), rgb(255, 255, 255));&quot;&gt;&amp;nbsp;+ occupied: boolean&lt;/span&gt;&lt;/div&gt;&lt;div&gt;&amp;nbsp;+ parkedVehicle: Vehicle&lt;/div&gt;&lt;/div&gt;&lt;/div&gt;" vertex="1">
+           <mxGeometry height="74" width="160" y="26" as="geometry" />
        </mxCell>
        <mxCell id="8jxckwln0hl2mCxpKYl5-8" parent="8jxckwln0hl2mCxpKYl5-6" style="line;strokeWidth=1;fillColor=none;align=left;verticalAlign=middle;spacingTop=-1;spacingLeft=3;spacingRight=3;rotatable=0;labelPosition=right;points=[];portConstraint=eastwest;strokeColor=inherit;" value="" vertex="1">
-           <mxGeometry height="8" width="160" y="70" as="geometry" />
-         </mxCell>
-         <mxCell id="8jxckwln0hl2mCxpKYl5-9" parent="8jxckwln0hl2mCxpKYl5-6" style="text;strokeColor=none;fillColor=none;align=left;verticalAlign=top;spacingLeft=4;spacingRight=4;overflow=hidden;rotatable=0;points=[[0,0.5],[1,0.5]];portConstraint=eastwest;whiteSpace=wrap;html=1;" value="&lt;p style=&quot;margin: 0px 0px 0px 4px;&quot;&gt;+ isOccupied(): boolean&lt;/p&gt;&lt;div&gt;&amp;nbsp;+ occupy(Vehicle): void&lt;br&gt;&lt;div&gt;&amp;nbsp;+ freeLot(): void&lt;/div&gt;&lt;/div&gt;" vertex="1">
-           <mxGeometry height="62" width="160" y="78" as="geometry" />
+           <mxGeometry height="8" width="160" y="100" as="geometry" />
+         </mxCell>
+         <mxCell id="8jxckwln0hl2mCxpKYl5-9" parent="8jxckwln0hl2mCxpKYl5-6" style="text;strokeColor=none;fillColor=none;align=left;verticalAlign=top;spacingLeft=4;spacingRight=4;overflow=hidden;rotatable=0;points=[[0,0.5],[1,0.5]];portConstraint=eastwest;whiteSpace=wrap;html=1;" value="&lt;p style=&quot;margin: 0px 0px 0px 4px;&quot;&gt;&lt;br&gt;&lt;/p&gt;" vertex="1">
+           <mxGeometry height="22" width="160" y="108" as="geometry" />
        </mxCell>
        <mxCell id="8jxckwln0hl2mCxpKYl5-10" edge="1" parent="1" source="8jxckwln0hl2mCxpKYl5-6" style="endArrow=block;dashed=1;endFill=0;endSize=12;html=1;rounded=0;exitX=0.5;exitY=0;exitDx=0;exitDy=0;entryX=0.5;entryY=1;entryDx=0;entryDy=0;" target="yMZ36TwwsAL6xJGiw_rZ-1" value="">
          <mxGeometry relative="1" width="160" as="geometry">
            <Array as="points" />
            <mxPoint x="1292" y="340" as="sourcePoint" />
            <mxPoint x="1190" y="280" as="targetPoint" />
          </mxGeometry>
        </mxCell>
        <mxCell id="8jxckwln0hl2mCxpKYl5-11" edge="1" parent="1" source="yMZ36TwwsAL6xJGiw_rZ-3" style="endArrow=block;endSize=16;endFill=0;html=1;rounded=0;entryX=0.045;entryY=1.108;entryDx=0;entryDy=0;entryPerimeter=0;exitX=0.5;exitY=0;exitDx=0;exitDy=0;" target="8jxckwln0hl2mCxpKYl5-9" value="Extends">
          <mxGeometry relative="1" width="160" as="geometry">
-             <mxPoint x="300" y="380" as="sourcePoint" />
-             <mxPoint x="460" y="380" as="targetPoint" />
+             <mxPoint x="300" y="410" as="sourcePoint" />
+             <mxPoint x="460" y="410" as="targetPoint" />
          </mxGeometry>
        </mxCell>
        <mxCell id="8jxckwln0hl2mCxpKYl5-12" edge="1" parent="1" source="yMZ36TwwsAL6xJGiw_rZ-7" style="endArrow=block;endSize=16;endFill=0;html=1;rounded=0;entryX=0.527;entryY=1.036;entryDx=0;entryDy=0;entryPerimeter=0;exitX=0.416;exitY=-0.008;exitDx=0;exitDy=0;exitPerimeter=0;" target="8jxckwln0hl2mCxpKYl5-9" value="Extends">
          <mxGeometry relative="1" width="160" as="geometry">
-             <mxPoint x="870" y="433" as="sourcePoint" />
-             <mxPoint x="967" y="370" as="targetPoint" />
-           </mxGeometry>
-         </mxCell>
-         <mxCell id="8jxckwln0hl2mCxpKYl5-13" edge="1" parent="1" source="yMZ36TwwsAL6xJGiw_rZ-11" style="endArrow=block;endSize=16;endFill=0;html=1;rounded=0;exitX=0.5;exitY=0;exitDx=0;exitDy=0;" target="8jxckwln0hl2mCxpKYl5-9" value="Extends">
-           <mxGeometry relative="1" width="160" as="geometry">
-             <mxPoint x="1140" y="417" as="sourcePoint" />
-             <mxPoint x="1157" y="350" as="targetPoint" />
+             <mxPoint x="870" y="463" as="sourcePoint" />
+             <mxPoint x="967" y="400" as="targetPoint" />
+           </mxGeometry>
+         </mxCell>
+         <mxCell id="8jxckwln0hl2mCxpKYl5-13" edge="1" parent="1" source="yMZ36TwwsAL6xJGiw_rZ-11" style="endArrow=block;endSize=16;endFill=0;html=1;rounded=0;exitX=0.5;exitY=0;exitDx=0;exitDy=0;entryX=0.913;entryY=1.173;entryDx=0;entryDy=0;entryPerimeter=0;" target="8jxckwln0hl2mCxpKYl5-9" value="Extends">
+           <mxGeometry relative="1" width="160" as="geometry">
+             <mxPoint x="1140" y="447" as="sourcePoint" />
+             <mxPoint x="985" y="345" as="targetPoint" />
          </mxGeometry>
        </mxCell>
      </root>
    </mxGraphModel>
  </diagram>
</mxfile>
